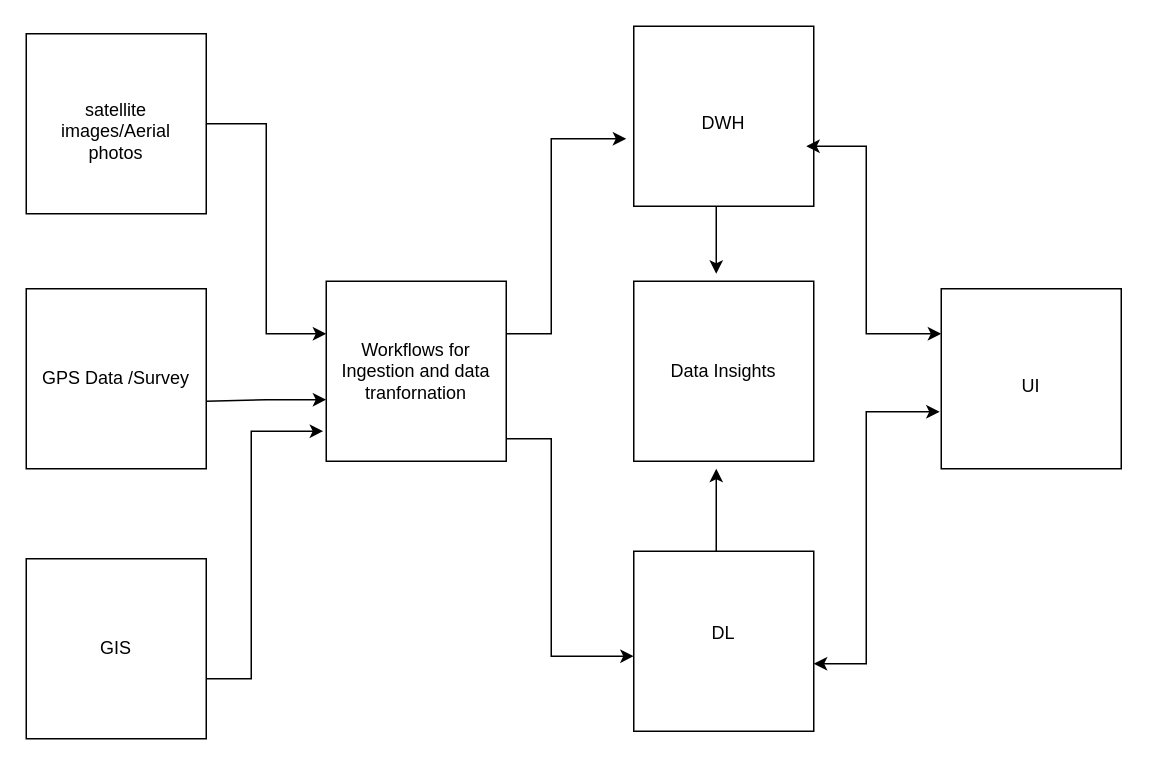
This is utils/Untitled Diagram.drawio from anapitalai/apec, a draw.io file, before an edit. Source tidied: cells renumbered, new cells numbered last; positions are measured from the earlier drawing's top-left corner, leaving out a move shared by most shapes. Both pictures are drawn from the tidied source at 150%, with x=0, y=0 at pixel (26, 26).
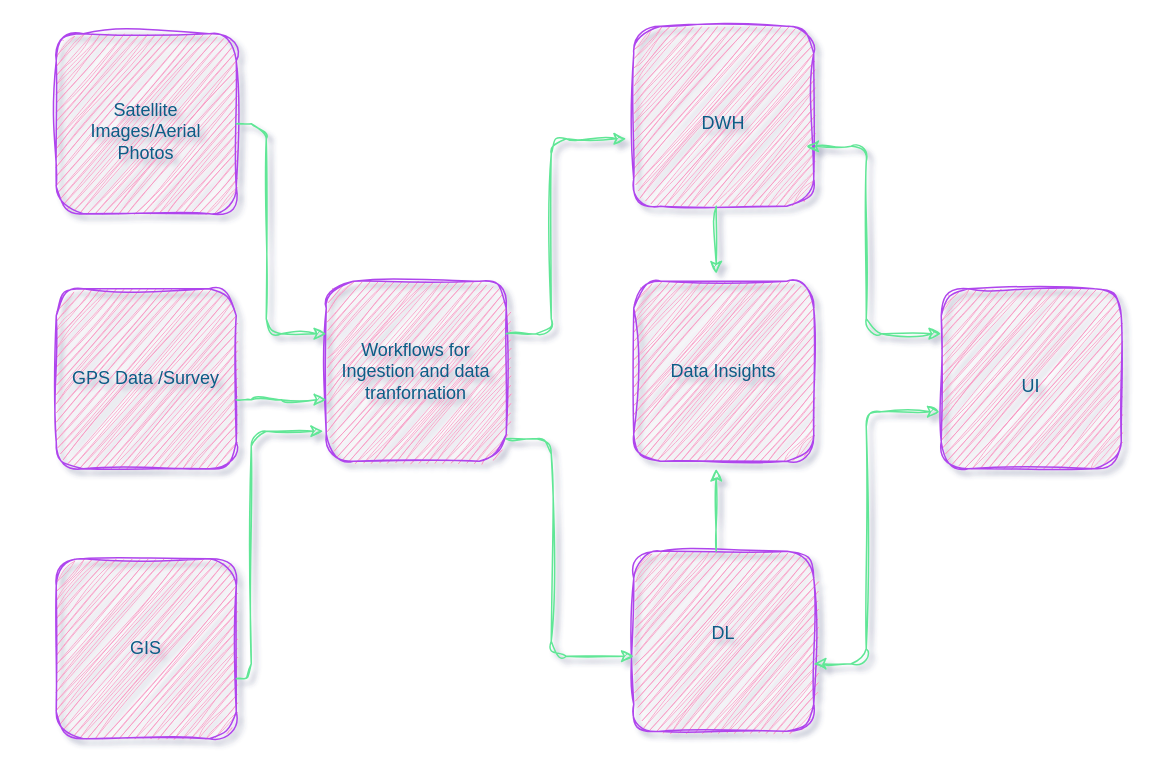
The same page after the edit.

Change to the diagram source:
```diff
@@
-<mxGraphModel>
+<mxGraphModel shadow="1">
@@
-    <mxCell id="2" style="whiteSpace=wrap;html=1;" parent="1" vertex="1">
-      <mxGeometry y="5" width="120" height="120" as="geometry" />
+    <mxCell id="2" style="whiteSpace=wrap;html=1;sketch=1;curveFitting=1;jiggle=2;rounded=1;labelBackgroundColor=none;fillColor=#F694C1;strokeColor=#AF45ED;fontColor=#095C86;" parent="1" vertex="1">
+      <mxGeometry x="20" y="5" width="120" height="120" as="geometry" />
     </mxCell>
-    <mxCell id="3" style="whiteSpace=wrap;html=1;" parent="1" vertex="1">
-      <mxGeometry y="175" width="120" height="120" as="geometry" />
+    <mxCell id="3" style="whiteSpace=wrap;html=1;sketch=1;curveFitting=1;jiggle=2;rounded=1;labelBackgroundColor=none;fillColor=#F694C1;strokeColor=#AF45ED;fontColor=#095C86;" parent="1" vertex="1">
+      <mxGeometry x="20" y="175" width="120" height="120" as="geometry" />
     </mxCell>
-    <mxCell id="4" value="GIS" style="whiteSpace=wrap;html=1;" parent="1" vertex="1">
-      <mxGeometry y="355" width="120" height="120" as="geometry" />
+    <mxCell id="4" value="GIS" style="whiteSpace=wrap;html=1;sketch=1;curveFitting=1;jiggle=2;rounded=1;labelBackgroundColor=none;fillColor=#F694C1;strokeColor=#AF45ED;fontColor=#095C86;" parent="1" vertex="1">
+      <mxGeometry x="20" y="355" width="120" height="120" as="geometry" />
     </mxCell>
-    <mxCell id="5" value="satellite images/Aerial photos" style="text;html=1;align=center;verticalAlign=middle;whiteSpace=wrap;rounded=0;" parent="1" vertex="1">
-      <mxGeometry x="5" y="35" width="110" height="70" as="geometry" />
+    <mxCell id="5" value="Satellite Images/Aerial Photos" style="text;html=1;align=center;verticalAlign=middle;whiteSpace=wrap;rounded=1;sketch=1;curveFitting=1;jiggle=2;labelBackgroundColor=none;fontColor=#095C86;" parent="1" vertex="1">
+      <mxGeometry x="25" y="35" width="110" height="70" as="geometry" />
     </mxCell>
-    <mxCell id="6" value="GPS Data /Survey" style="text;html=1;align=center;verticalAlign=middle;whiteSpace=wrap;rounded=0;" parent="1" vertex="1">
-      <mxGeometry x="5" y="200" width="110" height="70" as="geometry" />
+    <mxCell id="6" value="GPS Data /Survey" style="text;html=1;align=center;verticalAlign=middle;whiteSpace=wrap;rounded=1;sketch=1;curveFitting=1;jiggle=2;labelBackgroundColor=none;fontColor=#095C86;" parent="1" vertex="1">
+      <mxGeometry x="25" y="200" width="110" height="70" as="geometry" />
     </mxCell>
-    <mxCell id="7" style="whiteSpace=wrap;html=1;" parent="1" vertex="1">
+    <mxCell id="7" style="whiteSpace=wrap;html=1;sketch=1;curveFitting=1;jiggle=2;rounded=1;labelBackgroundColor=none;fillColor=#F694C1;strokeColor=#AF45ED;fontColor=#095C86;" parent="1" vertex="1">
       <mxGeometry x="405" width="120" height="120" as="geometry" />
     </mxCell>
-    <mxCell id="8" style="whiteSpace=wrap;html=1;" parent="1" vertex="1">
+    <mxCell id="8" style="whiteSpace=wrap;html=1;sketch=1;curveFitting=1;jiggle=2;rounded=1;labelBackgroundColor=none;fillColor=#F694C1;strokeColor=#AF45ED;fontColor=#095C86;" parent="1" vertex="1">
       <mxGeometry x="405" y="170" width="120" height="120" as="geometry" />
     </mxCell>
-    <mxCell id="9" style="whiteSpace=wrap;html=1;" parent="1" vertex="1">
+    <mxCell id="9" style="whiteSpace=wrap;html=1;sketch=1;curveFitting=1;jiggle=2;rounded=1;labelBackgroundColor=none;fillColor=#F694C1;strokeColor=#AF45ED;fontColor=#095C86;" parent="1" vertex="1">
       <mxGeometry x="405" y="350" width="120" height="120" as="geometry" />
     </mxCell>
-    <mxCell id="10" value="DWH" style="text;html=1;align=center;verticalAlign=middle;whiteSpace=wrap;rounded=0;" parent="1" vertex="1">
+    <mxCell id="10" value="DWH" style="text;html=1;align=center;verticalAlign=middle;whiteSpace=wrap;rounded=1;sketch=1;curveFitting=1;jiggle=2;labelBackgroundColor=none;fontColor=#095C86;" parent="1" vertex="1">
       <mxGeometry x="410" y="30" width="110" height="70" as="geometry" />
     </mxCell>
-    <mxCell id="11" value="Data Insights" style="text;html=1;align=center;verticalAlign=middle;whiteSpace=wrap;rounded=0;" parent="1" vertex="1">
+    <mxCell id="11" value="Data Insights" style="text;html=1;align=center;verticalAlign=middle;whiteSpace=wrap;rounded=1;sketch=1;curveFitting=1;jiggle=2;labelBackgroundColor=none;fontColor=#095C86;" parent="1" vertex="1">
       <mxGeometry x="410" y="195" width="110" height="70" as="geometry" />
     </mxCell>
-    <mxCell id="12" value="DL" style="text;html=1;align=center;verticalAlign=middle;whiteSpace=wrap;rounded=0;" parent="1" vertex="1">
+    <mxCell id="12" value="DL" style="text;html=1;align=center;verticalAlign=middle;whiteSpace=wrap;rounded=1;sketch=1;curveFitting=1;jiggle=2;labelBackgroundColor=none;fontColor=#095C86;" parent="1" vertex="1">
       <mxGeometry x="410" y="370" width="110" height="70" as="geometry" />
     </mxCell>
-    <mxCell id="13" style="whiteSpace=wrap;html=1;" parent="1" vertex="1">
+    <mxCell id="13" style="whiteSpace=wrap;html=1;sketch=1;curveFitting=1;jiggle=2;rounded=1;labelBackgroundColor=none;fillColor=#F694C1;strokeColor=#AF45ED;fontColor=#095C86;" parent="1" vertex="1">
       <mxGeometry x="200" y="170" width="120" height="120" as="geometry" />
     </mxCell>
-    <mxCell id="14" value="&lt;div&gt;Workflows for&lt;/div&gt;&lt;div&gt;Ingestion and data tranfornation&lt;br&gt;&lt;/div&gt;" style="text;html=1;align=center;verticalAlign=middle;whiteSpace=wrap;rounded=0;" parent="1" vertex="1">
+    <mxCell id="14" value="&lt;div&gt;Workflows for&lt;/div&gt;&lt;div&gt;Ingestion and data tranfornation&lt;br&gt;&lt;/div&gt;" style="text;html=1;align=center;verticalAlign=middle;whiteSpace=wrap;rounded=1;sketch=1;curveFitting=1;jiggle=2;labelBackgroundColor=none;fontColor=#095C86;" parent="1" vertex="1">
       <mxGeometry x="205" y="195" width="110" height="70" as="geometry" />
     </mxCell>
-    <mxCell id="15" style="whiteSpace=wrap;html=1;" parent="1" vertex="1">
+    <mxCell id="15" style="whiteSpace=wrap;html=1;sketch=1;curveFitting=1;jiggle=2;rounded=1;labelBackgroundColor=none;fillColor=#F694C1;strokeColor=#AF45ED;fontColor=#095C86;" parent="1" vertex="1">
       <mxGeometry x="610" y="175" width="120" height="120" as="geometry" />
     </mxCell>
-    <mxCell id="16" value="UI" style="text;html=1;align=center;verticalAlign=middle;whiteSpace=wrap;rounded=0;" parent="1" vertex="1">
+    <mxCell id="16" value="UI" style="text;html=1;align=center;verticalAlign=middle;whiteSpace=wrap;rounded=1;sketch=1;curveFitting=1;jiggle=2;labelBackgroundColor=none;fontColor=#095C86;" parent="1" vertex="1">
       <mxGeometry x="615" y="205" width="110" height="70" as="geometry" />
     </mxCell>
-    <mxCell id="17" style="endArrow=classic;html=1;rounded=0;" parent="1" edge="1">
+    <mxCell id="17" style="endArrow=classic;html=1;rounded=1;sketch=1;curveFitting=1;jiggle=2;labelBackgroundColor=none;fontColor=default;strokeColor=#60E696;" parent="1" edge="1">
       <mxGeometry relative="1" as="geometry">
-        <mxPoint x="120" y="65" as="sourcePoint" />
+        <mxPoint x="140" y="65" as="sourcePoint" />
         <mxPoint x="200" y="205" as="targetPoint" />
         <Array as="points">
           <mxPoint x="160" y="65" />
           <mxPoint x="160" y="205" />
         </Array>
       </mxGeometry>
     </mxCell>
-    <mxCell id="18" style="endArrow=classic;html=1;rounded=0;entryX=-0.017;entryY=0.833;entryDx=0;entryDy=0;entryPerimeter=0;" parent="1" edge="1" target="13">
+    <mxCell id="18" style="endArrow=classic;html=1;rounded=1;entryX=-0.017;entryY=0.833;entryDx=0;entryDy=0;entryPerimeter=0;sketch=1;curveFitting=1;jiggle=2;labelBackgroundColor=none;fontColor=default;strokeColor=#60E696;" parent="1" edge="1" target="13">
       <mxGeometry relative="1" as="geometry">
-        <mxPoint x="120" y="435" as="sourcePoint" />
+        <mxPoint x="140" y="435" as="sourcePoint" />
         <Array as="points">
           <mxPoint x="150" y="435" />
           <mxPoint x="150" y="270" />
         </Array>
       </mxGeometry>
     </mxCell>
-    <mxCell id="19" style="endArrow=classic;html=1;rounded=0;entryX=0;entryY=0.658;entryDx=0;entryDy=0;entryPerimeter=0;" parent="1" edge="1" target="13">
+    <mxCell id="19" style="endArrow=classic;html=1;rounded=1;entryX=0;entryY=0.658;entryDx=0;entryDy=0;entryPerimeter=0;sketch=1;curveFitting=1;jiggle=2;labelBackgroundColor=none;fontColor=default;strokeColor=#60E696;" parent="1" edge="1" target="13">
       <mxGeometry relative="1" as="geometry">
-        <mxPoint x="120" y="250" as="sourcePoint" />
+        <mxPoint x="140" y="249" as="sourcePoint" />
         <Array as="points">
           <mxPoint x="160" y="249" />
         </Array>
       </mxGeometry>
     </mxCell>
-    <mxCell id="20" style="endArrow=classic;html=1;rounded=0;" parent="1" edge="1">
+    <mxCell id="20" style="endArrow=classic;html=1;rounded=1;sketch=1;curveFitting=1;jiggle=2;labelBackgroundColor=none;fontColor=default;strokeColor=#60E696;" parent="1" edge="1">
       <mxGeometry relative="1" as="geometry">
         <mxPoint x="320" y="205" as="sourcePoint" />
         <mxPoint x="400" y="75" as="targetPoint" />
         <Array as="points">
           <mxPoint x="350" y="205" />
           <mxPoint x="350" y="75" />
         </Array>
       </mxGeometry>
     </mxCell>
-    <mxCell id="21" style="endArrow=classic;html=1;rounded=0;entryX=0;entryY=0.583;entryDx=0;entryDy=0;entryPerimeter=0;" parent="1" edge="1" target="9">
+    <mxCell id="21" style="endArrow=classic;html=1;rounded=1;entryX=0;entryY=0.583;entryDx=0;entryDy=0;entryPerimeter=0;sketch=1;curveFitting=1;jiggle=2;labelBackgroundColor=none;fontColor=default;strokeColor=#60E696;" parent="1" edge="1" target="9">
       <mxGeometry relative="1" as="geometry">
         <mxPoint x="320" y="275" as="sourcePoint" />
         <Array as="points">
           <mxPoint x="350" y="275" />
           <mxPoint x="350" y="420" />
         </Array>
       </mxGeometry>
     </mxCell>
-    <mxCell id="22" style="endArrow=classic;html=1;rounded=0;" parent="1" edge="1">
+    <mxCell id="22" style="endArrow=classic;html=1;rounded=1;sketch=1;curveFitting=1;jiggle=2;labelBackgroundColor=none;fontColor=default;strokeColor=#60E696;" parent="1" edge="1">
       <mxGeometry relative="1" as="geometry">
         <mxPoint x="460" y="350" as="sourcePoint" />
         <mxPoint x="460" y="295" as="targetPoint" />
       </mxGeometry>
     </mxCell>
-    <mxCell id="23" style="endArrow=classic;html=1;rounded=0;" parent="1" edge="1">
+    <mxCell id="23" style="endArrow=classic;html=1;rounded=1;sketch=1;curveFitting=1;jiggle=2;labelBackgroundColor=none;fontColor=default;strokeColor=#60E696;" parent="1" edge="1">
       <mxGeometry relative="1" as="geometry">
         <mxPoint x="460" y="120" as="sourcePoint" />
         <mxPoint x="460" y="165" as="targetPoint" />
       </mxGeometry>
     </mxCell>
-    <mxCell id="24" style="endArrow=classic;startArrow=classic;html=1;rounded=0;entryX=0;entryY=0.25;entryDx=0;entryDy=0;" parent="1" edge="1" target="15">
+    <mxCell id="24" style="endArrow=classic;startArrow=classic;html=1;rounded=1;entryX=0;entryY=0.25;entryDx=0;entryDy=0;sketch=1;curveFitting=1;jiggle=2;labelBackgroundColor=none;fontColor=default;strokeColor=#60E696;" parent="1" edge="1" target="15">
       <mxGeometry relative="1" as="geometry">
         <mxPoint x="520" y="80" as="sourcePoint" />
         <Array as="points">
           <mxPoint x="560" y="80" />
           <mxPoint x="560" y="205" />
         </Array>
       </mxGeometry>
     </mxCell>
-    <mxCell id="25" style="endArrow=classic;startArrow=classic;html=1;rounded=0;entryX=-0.055;entryY=0.743;entryDx=0;entryDy=0;entryPerimeter=0;" parent="1" edge="1" target="16">
+    <mxCell id="25" style="endArrow=classic;startArrow=classic;html=1;rounded=1;entryX=-0.055;entryY=0.743;entryDx=0;entryDy=0;entryPerimeter=0;sketch=1;curveFitting=1;jiggle=2;labelBackgroundColor=none;fontColor=default;strokeColor=#60E696;" parent="1" edge="1" target="16">
       <mxGeometry relative="1" as="geometry">
         <mxPoint x="525" y="425" as="sourcePoint" />
         <Array as="points">
           <mxPoint x="560" y="425" />
           <mxPoint x="560" y="257" />
         </Array>
       </mxGeometry>
     </mxCell>
```
